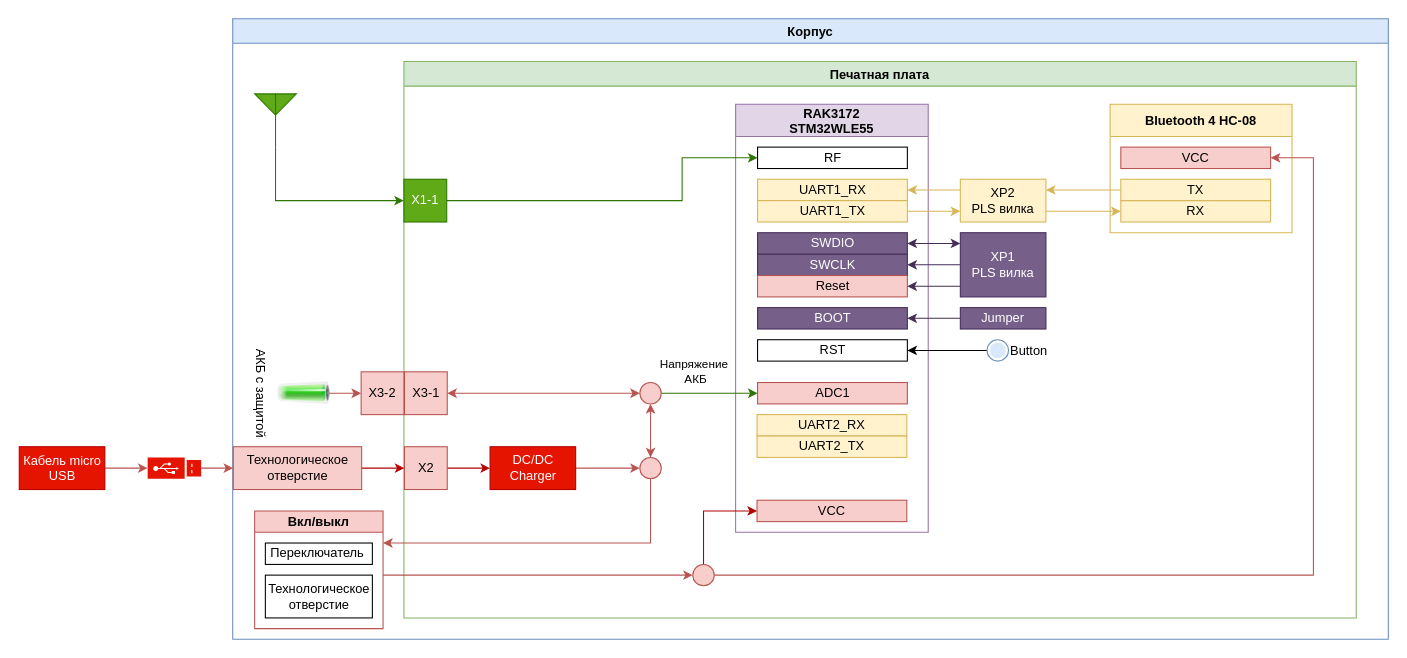
The draw.io diagram doc/Структурная схема Peggy Receiver.drawio in Kvenecusghost/Peggy, before the edit. Source tidied: cells renumbered, new cells numbered last; positions are measured from the earlier drawing's top-left corner, leaving out a move shared by most shapes. Both pictures are drawn from the tidied source at 107%, with x=0, y=0 at pixel (18, 18).
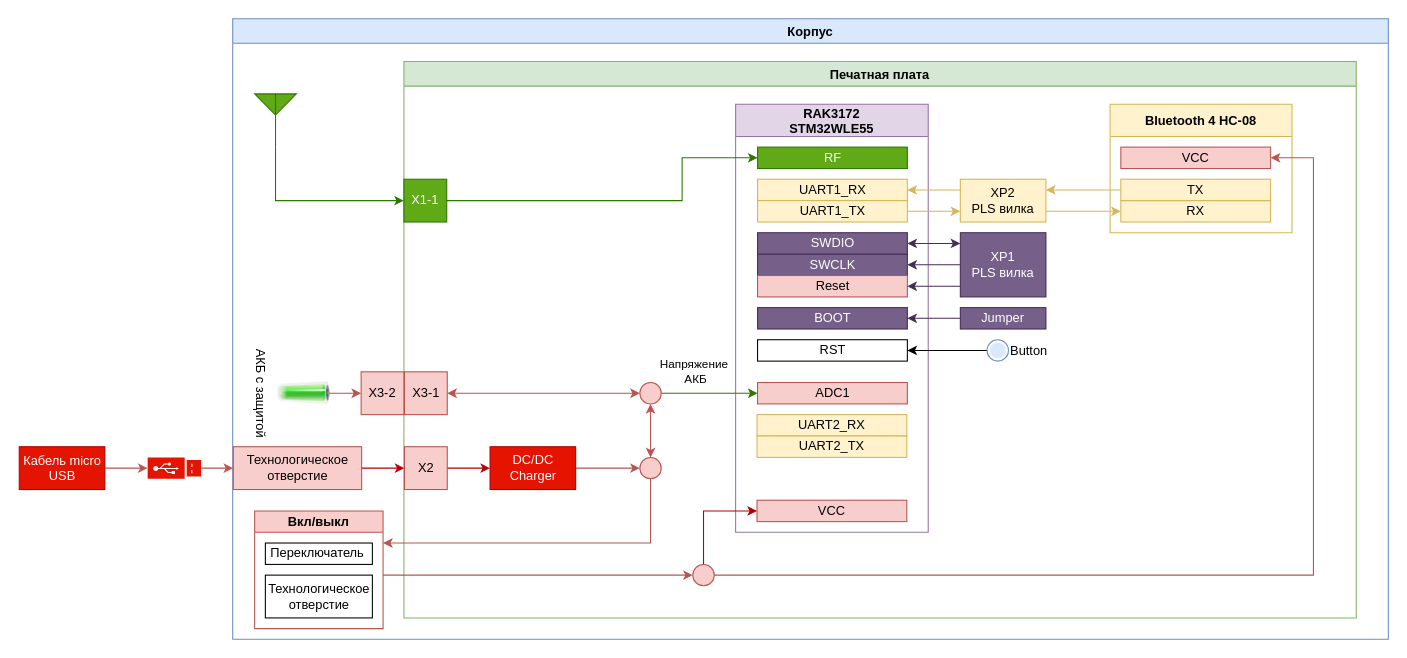
The same diagram, later.

Commit message (it also covers changes not shown here):
Функциональные требования к ПО Peggy Receiver. Инициация

The change refers to these unchanged cells:
```xml
<mxCell id="4" value="RAK3172&#10;STM32WLE55" style="swimlane;strokeWidth=1;fillColor=#e1d5e7;strokeColor=#9673a6;startSize=30;" parent="3" vertex="1">
  <mxGeometry x="310" y="40" width="180" height="400" as="geometry" />
</mxCell>
```

Change to the diagram source:
```diff
@@
-    <mxCell id="5" value="RF" style="rounded=0;whiteSpace=wrap;html=1;strokeWidth=1;" parent="4" vertex="1">
+    <mxCell id="5" value="RF" style="rounded=0;whiteSpace=wrap;html=1;strokeWidth=1;fillColor=#60a917;fontColor=#ffffff;strokeColor=#2D7600;" parent="4" vertex="1">
       <mxGeometry x="20.5" y="40" width="140" height="20" as="geometry" />
     </mxCell>
```
